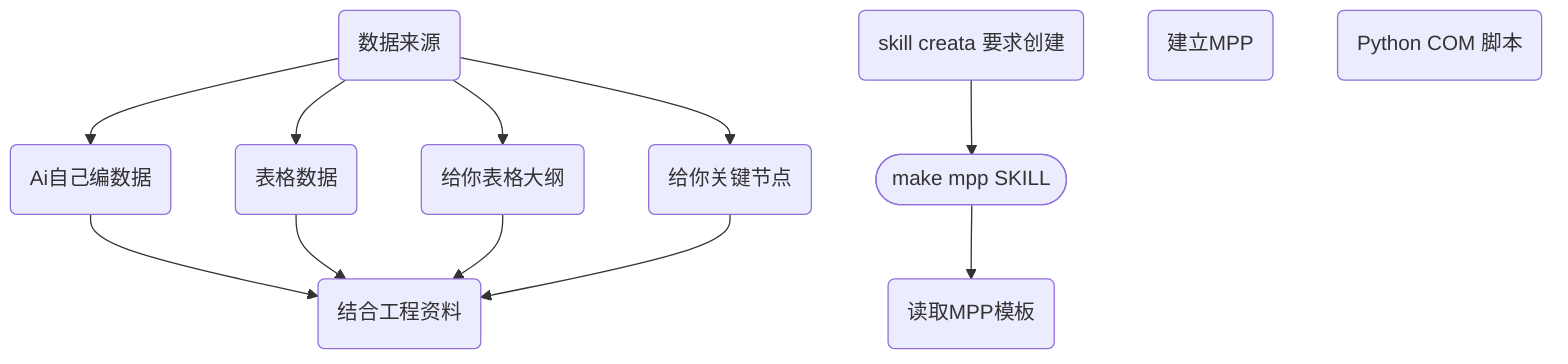
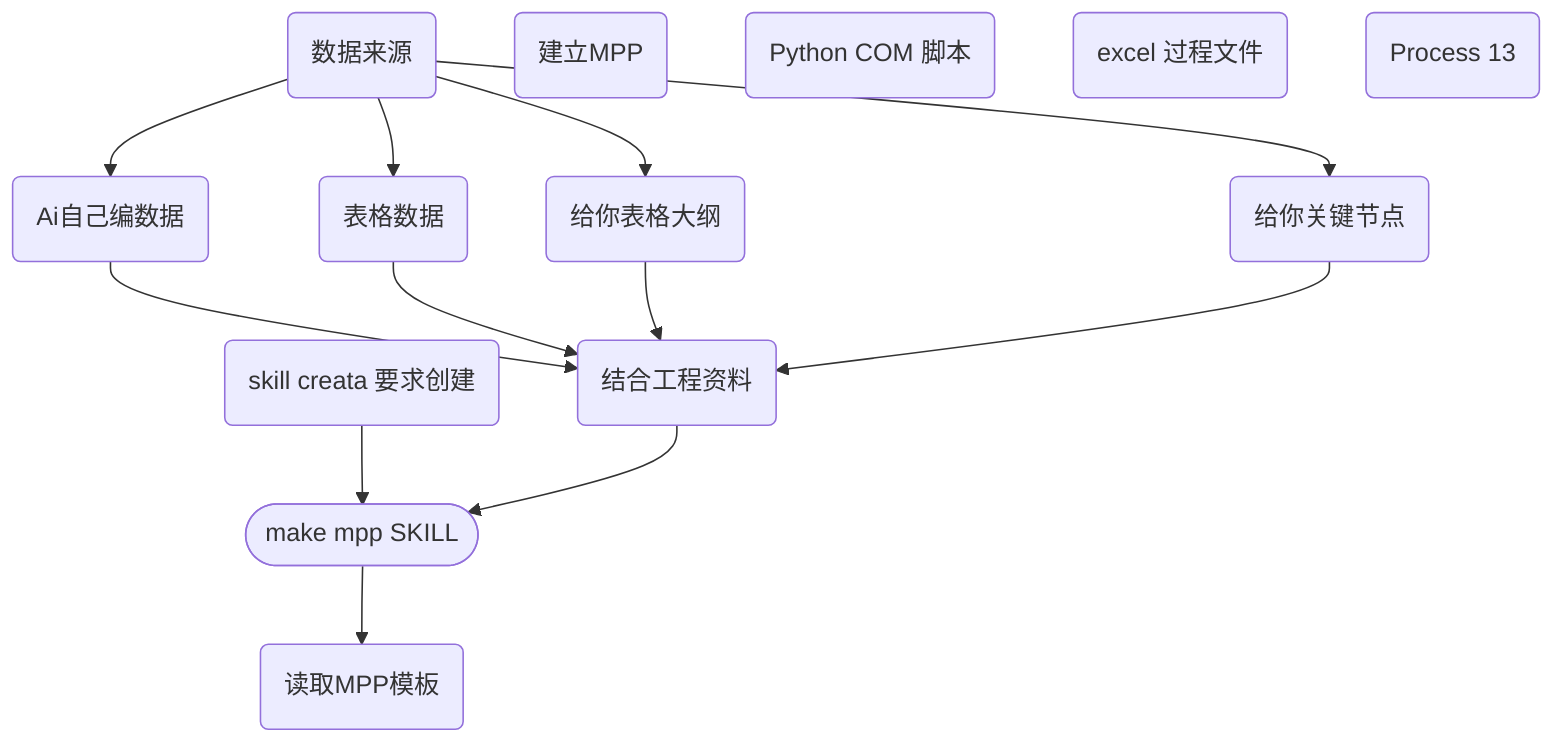
flowchart TD
  n_0(["make mpp SKILL"])
  n_1("数据来源")
  n_2("skill  creata 要求创建")
  n_3("Ai自己编数据")
  n_4("表格数据")
  n_5("建立MPP")
  n_6("读取MPP模板")
  n_7("Python COM 脚本")
  n_8("给你表格大纲")
  n_9("给你关键节点")
  n_10("结合工程资料")
+   n_11("excel 过程文件")
+   n_12("Process 13")
  n_2 --> n_0
  n_0 --> n_6
  n_1 --> n_3
  n_1 --> n_4
  n_1 --> n_8
  n_1 --> n_9
  n_3 --> n_10
  n_4 --> n_10
  n_8 --> n_10
  n_9 --> n_10
+   n_10 --> n_0
